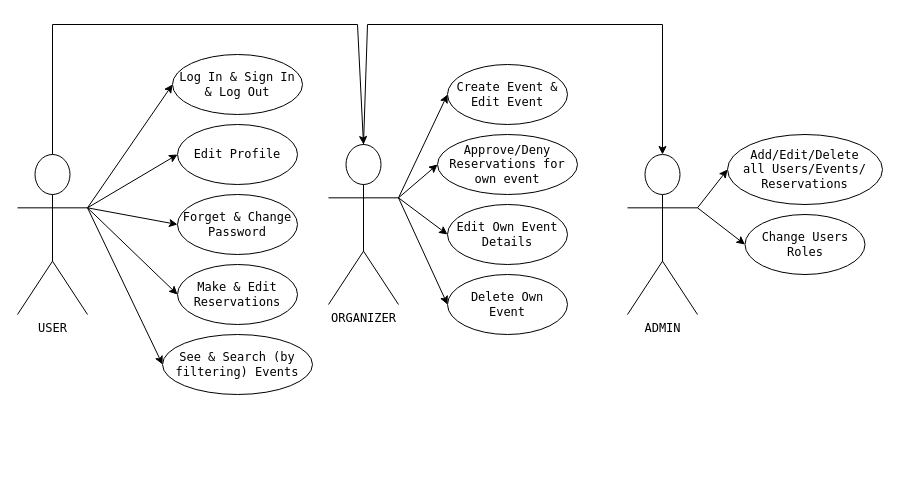
Above: page "ClassDiagram" (1 of 4) of SD-diagrame.drawio in raisa1725/SD-project (draw.io), before the change. Source tidied: cells renumbered, new cells numbered last; positions are measured from the earlier drawing's top-left corner, leaving out a move shared by most shapes. Both pictures are drawn from the tidied source at 100%, with x=0, y=0 at pixel (17, 24).
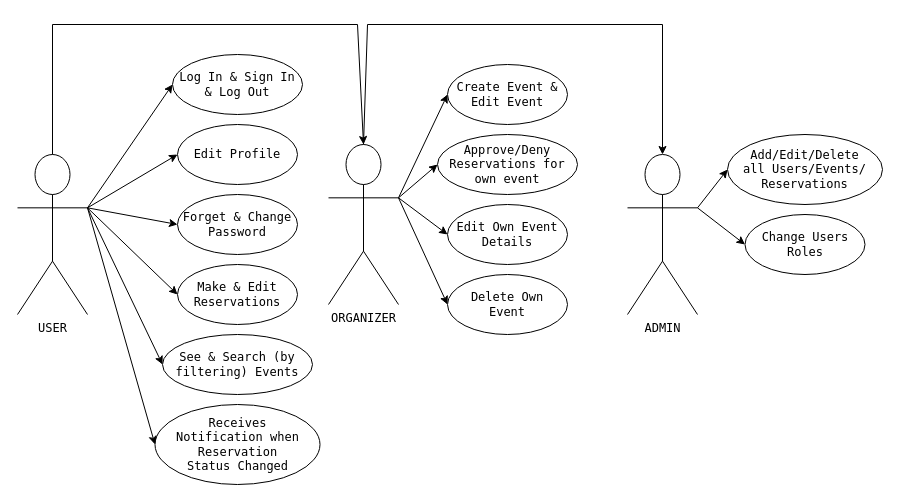
After the change.

Unchanged cells that the change refers to:
```xml
<mxCell id="2" value="USER" style="shape=umlActor;verticalLabelPosition=bottom;verticalAlign=top;html=1;outlineConnect=0;fontFamily=Lucida Console;align=center;" parent="1" vertex="1">
  <mxGeometry y="130" width="70" height="160" as="geometry" />
</mxCell>
```

What changed in the source:
```diff
@@
+    <mxCell id="29" value="Receives&lt;div&gt;Notification when Reservation&lt;/div&gt;&lt;div&gt;Status Changed&lt;/div&gt;" style="ellipse;whiteSpace=wrap;html=1;fontFamily=Lucida Console;align=center;" parent="1" vertex="1">
+      <mxGeometry x="137.5" y="380" width="165" height="80" as="geometry" />
+    </mxCell>
+    <mxCell id="30" style="endArrow=classic;html=1;rounded=0;exitX=1;exitY=0.3333333333333333;exitDx=0;exitDy=0;exitPerimeter=0;entryX=0;entryY=0.5;entryDx=0;entryDy=0;fontFamily=Lucida Console;align=center;" parent="1" edge="1" source="2" target="29">
+      <mxGeometry relative="1" as="geometry" />
+    </mxCell>
```
